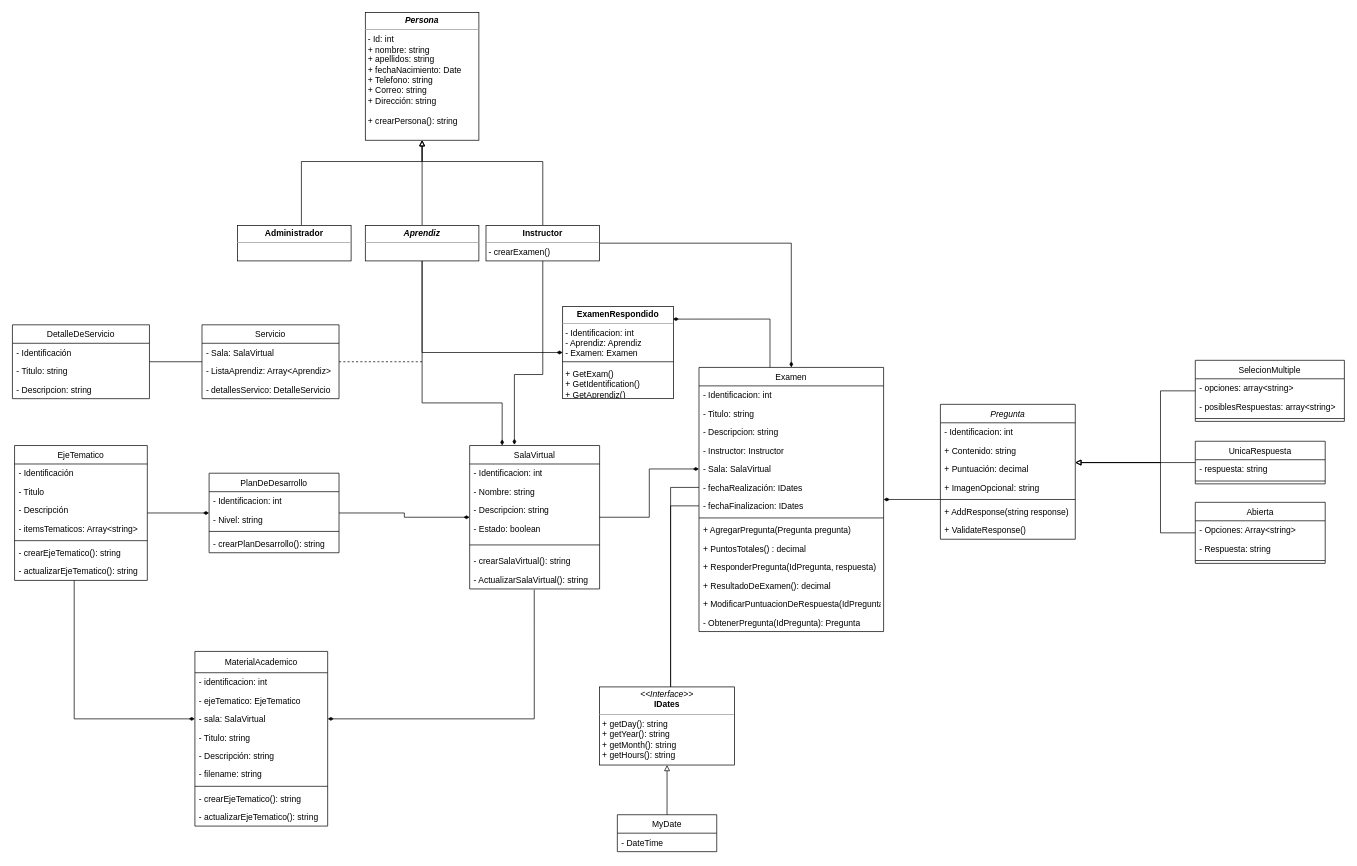
The draw.io diagram page "UML class" (1 of 2) of StarDriver.domain.core/ddd-diagram.dio in Roybermahe/StarDriver, before the edit. Source tidied: cells renumbered, new cells numbered last; positions are measured from the earlier drawing's top-left corner, leaving out a move shared by most shapes. Both pictures are drawn from the tidied source at 71%, with x=0, y=0 at pixel (12, 12).
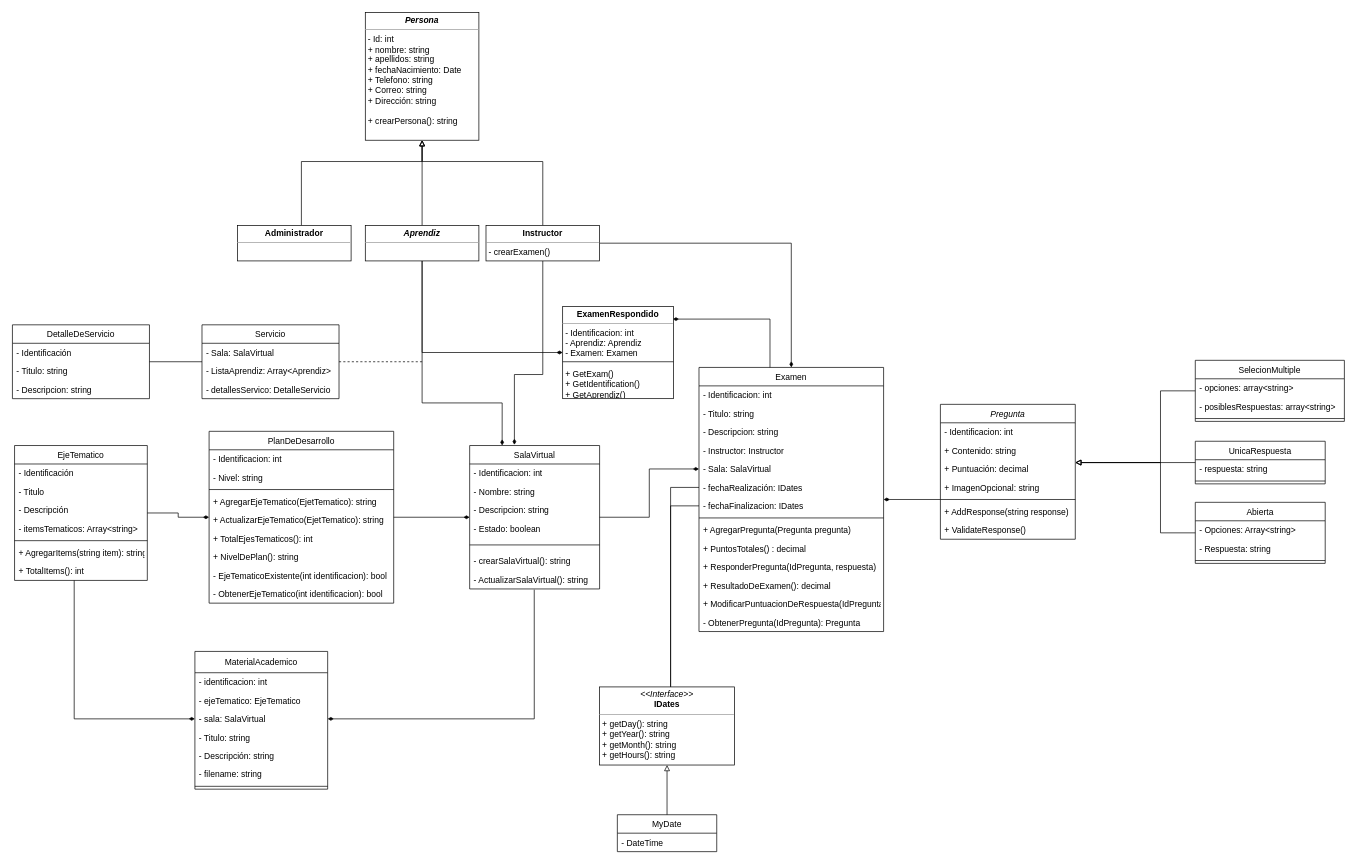
After the change.

Unchanged cells that the change refers to:
```xml
<mxCell id="36" value="EjeTematico" style="swimlane;fontStyle=0;horizontal=1;startSize=26;fillColor=none;" parent="1" vertex="1">
  <mxGeometry x="3" y="610" width="187" height="190" as="geometry" />
</mxCell>
```

Diff of the diagram source:
```diff
@@
-    <mxCell id="24" value="PlanDeDesarrollo" style="swimlane;fontStyle=0;horizontal=1;startSize=26;fillColor=none;" parent="1" vertex="1">
-      <mxGeometry x="277" y="649" width="183" height="112" as="geometry" />
-    </mxCell>
-    <mxCell id="25" value="- Identificacion: int" style="text;strokeColor=none;fillColor=none;align=left;verticalAlign=top;spacingLeft=4;spacingRight=4;overflow=hidden;" parent="24" vertex="1">
-      <mxGeometry y="26" width="183" height="26" as="geometry" />
-    </mxCell>
-    <mxCell id="26" value="- Nivel: string" style="text;strokeColor=none;fillColor=none;align=left;verticalAlign=top;spacingLeft=4;spacingRight=4;overflow=hidden;" parent="24" vertex="1">
-      <mxGeometry y="52" width="183" height="26" as="geometry" />
-    </mxCell>
-    <mxCell id="27" style="line;strokeWidth=1;fillColor=none;align=left;verticalAlign=middle;spacingTop=-1;spacingLeft=3;spacingRight=3;labelPosition=right;" parent="24" vertex="1">
-      <mxGeometry y="78" width="183" height="8" as="geometry" />
-    </mxCell>
-    <mxCell id="28" value="- crearPlanDesarrollo(): string" style="text;strokeColor=none;fillColor=none;align=left;verticalAlign=top;spacingLeft=4;spacingRight=4;overflow=hidden;" parent="24" vertex="1">
-      <mxGeometry y="86" width="183" height="26" as="geometry" />
-    </mxCell>
@@
-    <mxCell id="42" value="- crearEjeTematico(): string" style="text;strokeColor=none;fillColor=none;align=left;verticalAlign=top;spacingLeft=4;spacingRight=4;overflow=hidden;" parent="36" vertex="1">
+    <mxCell id="42" value="+ AgregarItems(string item): string" style="text;strokeColor=none;fillColor=none;align=left;verticalAlign=top;spacingLeft=4;spacingRight=4;overflow=hidden;" parent="36" vertex="1">
       <mxGeometry y="138" width="187" height="26" as="geometry" />
     </mxCell>
-    <mxCell id="43" value="- actualizarEjeTematico(): string" style="text;strokeColor=none;fillColor=none;align=left;verticalAlign=top;spacingLeft=4;spacingRight=4;overflow=hidden;" parent="36" vertex="1">
+    <mxCell id="43" value="+ TotalItems(): int" style="text;strokeColor=none;fillColor=none;align=left;verticalAlign=top;spacingLeft=4;spacingRight=4;overflow=hidden;" parent="36" vertex="1">
       <mxGeometry y="164" width="187" height="26" as="geometry" />
     </mxCell>
@@
     <mxCell id="45" value="MaterialAcademico" style="swimlane;fontStyle=0;horizontal=1;startSize=30;fillColor=none;" parent="1" vertex="1">
-      <mxGeometry x="257" y="900" width="187" height="246" as="geometry" />
+      <mxGeometry x="257" y="900" width="187" height="194" as="geometry" />
     </mxCell>
@@
-    <mxCell id="53" value="- crearEjeTematico(): string" style="text;strokeColor=none;fillColor=none;align=left;verticalAlign=top;spacingLeft=4;spacingRight=4;overflow=hidden;" parent="45" vertex="1">
-      <mxGeometry y="194" width="187" height="26" as="geometry" />
-    </mxCell>
-    <mxCell id="54" value="- actualizarEjeTematico(): string" style="text;strokeColor=none;fillColor=none;align=left;verticalAlign=top;spacingLeft=4;spacingRight=4;overflow=hidden;" parent="45" vertex="1">
-      <mxGeometry y="220" width="187" height="26" as="geometry" />
-    </mxCell>
@@
+    <mxCell id="24" value="PlanDeDesarrollo" style="swimlane;fontStyle=0;horizontal=1;startSize=26;fillColor=none;" parent="1" vertex="1">
+      <mxGeometry x="277" y="590" width="260" height="242" as="geometry" />
+    </mxCell>
+    <mxCell id="25" value="- Identificacion: int" style="text;strokeColor=none;fillColor=none;align=left;verticalAlign=top;spacingLeft=4;spacingRight=4;overflow=hidden;" parent="24" vertex="1">
+      <mxGeometry y="26" width="260" height="26" as="geometry" />
+    </mxCell>
+    <mxCell id="26" value="- Nivel: string" style="text;strokeColor=none;fillColor=none;align=left;verticalAlign=top;spacingLeft=4;spacingRight=4;overflow=hidden;" parent="24" vertex="1">
+      <mxGeometry y="52" width="260" height="26" as="geometry" />
+    </mxCell>
+    <mxCell id="27" style="line;strokeWidth=1;fillColor=none;align=left;verticalAlign=middle;spacingTop=-1;spacingLeft=3;spacingRight=3;labelPosition=right;" parent="24" vertex="1">
+      <mxGeometry y="78" width="260" height="8" as="geometry" />
+    </mxCell>
+    <mxCell id="106" value="+ AgregarEjeTematico(EjetTematico): string" style="text;strokeColor=none;fillColor=none;align=left;verticalAlign=top;spacingLeft=4;spacingRight=4;overflow=hidden;" parent="24" vertex="1">
+      <mxGeometry y="86" width="260" height="26" as="geometry" />
+    </mxCell>
+    <mxCell id="107" value="+ ActualizarEjeTematico(EjetTematico): string" style="text;strokeColor=none;fillColor=none;align=left;verticalAlign=top;spacingLeft=4;spacingRight=4;overflow=hidden;" parent="24" vertex="1">
+      <mxGeometry y="112" width="260" height="26" as="geometry" />
+    </mxCell>
+    <mxCell id="108" value="+ TotalEjesTematicos(): int" style="text;strokeColor=none;fillColor=none;align=left;verticalAlign=top;spacingLeft=4;spacingRight=4;overflow=hidden;" parent="24" vertex="1">
+      <mxGeometry y="138" width="260" height="26" as="geometry" />
+    </mxCell>
+    <mxCell id="109" value="+ NivelDePlan(): string" style="text;strokeColor=none;fillColor=none;align=left;verticalAlign=top;spacingLeft=4;spacingRight=4;overflow=hidden;" parent="24" vertex="1">
+      <mxGeometry y="164" width="260" height="26" as="geometry" />
+    </mxCell>
+    <mxCell id="110" value="- EjeTematicoExistente(int identificacion): bool" style="text;strokeColor=none;fillColor=none;align=left;verticalAlign=top;spacingLeft=4;spacingRight=4;overflow=hidden;" parent="24" vertex="1">
+      <mxGeometry y="190" width="260" height="26" as="geometry" />
+    </mxCell>
+    <mxCell id="28" value="- ObtenerEjeTematico(int identificacion): bool" style="text;strokeColor=none;fillColor=none;align=left;verticalAlign=top;spacingLeft=4;spacingRight=4;overflow=hidden;" parent="24" vertex="1">
+      <mxGeometry y="216" width="260" height="26" as="geometry" />
+    </mxCell>
```
